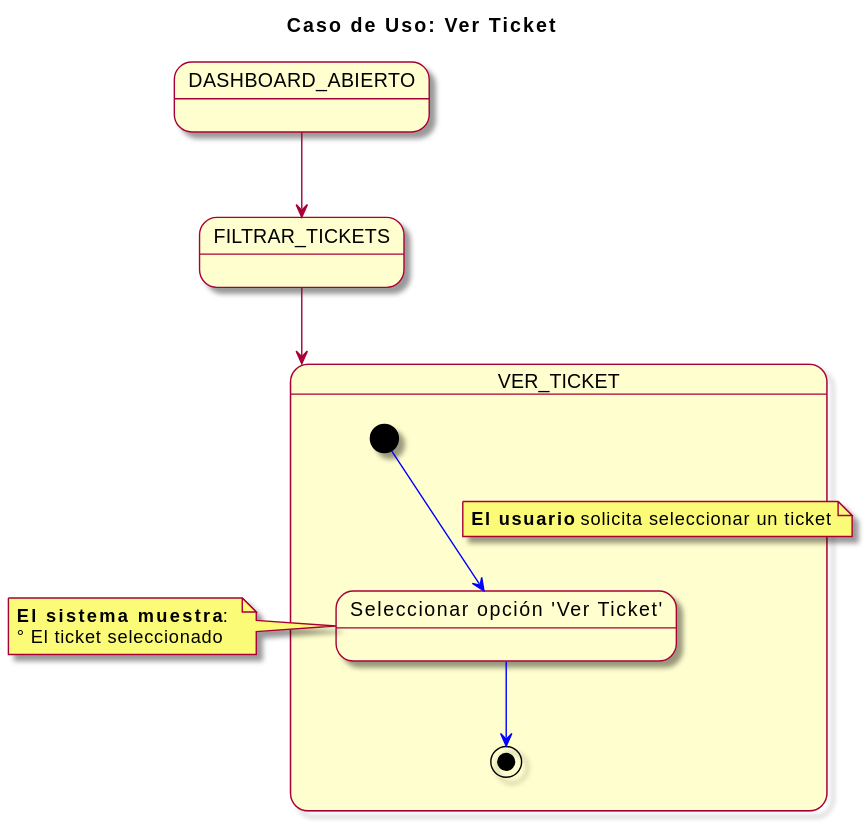
This is imagenes/modelosUML/CDUVerTicket.svg from mmasias/23-24-IdSw1-SDR, a PlantUML export, as it was before one commit.
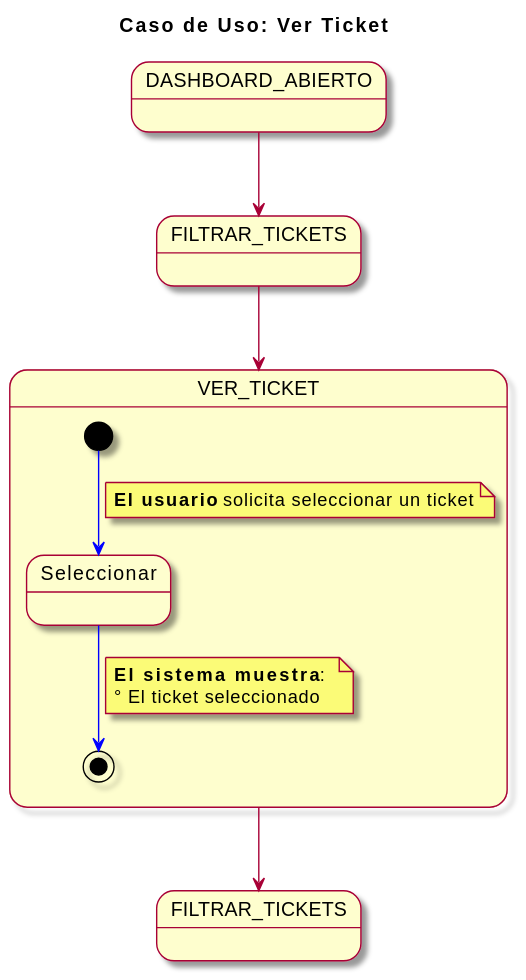
Above is the later version.

Change to the diagram source:
```diff
@@ -3,21 +3,24 @@
 title Caso de Uso: Ver Ticket
 
 state DASHBOARD_ABIERTO
-state FILTRAR_TICKETS
+state "FILTRAR_TICKETS" as FILTRAR_TICKETS2
+
 
 DASHBOARD_ABIERTO --> FILTRAR_TICKETS
 FILTRAR_TICKETS --> VER_TICKET
+VER_TICKET --> FILTRAR_TICKETS2
+
 
 state VER_TICKET {
+[*] -[#blue]-> seleccionarOpcionVer
+  note on link : **El usuario** solicita seleccionar un ticket
+  state "Seleccionar" as seleccionarOpcionVer
+  seleccionarOpcionVer -[#blue]-> [*]
 
-  [*] -[#blue]-> seleccionarOpcionVer
-  note on link : **El usuario** solicita seleccionar un ticket
-  state "Seleccionar opción 'Ver Ticket'" as seleccionarOpcionVer
-  seleccionarOpcionVer -[#blue]-> [*]
-}
-
-note left of seleccionarOpcionVer
+note on link
   **El sistema muestra**:
   ° El ticket seleccionado
 end note
+
+}
 @enduml
```
